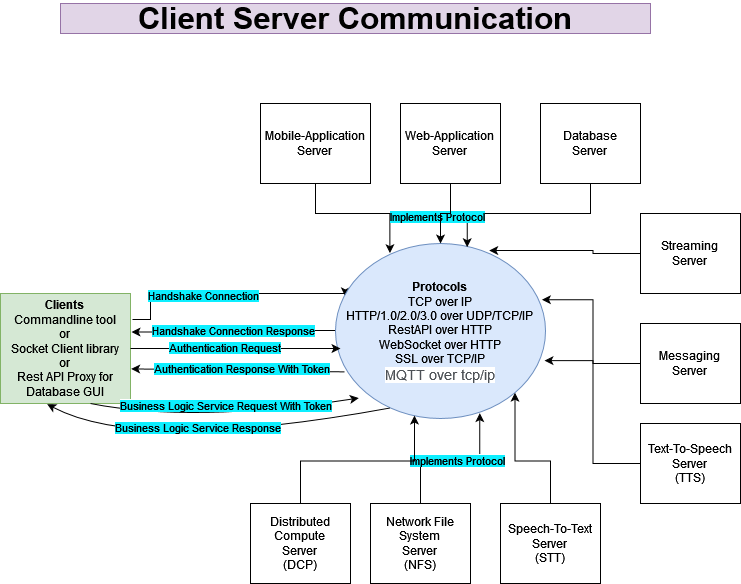
The draw.io diagram ClientServerCommunication.drawio.png in rishant/system-design-architecture, before a commit. Source tidied: cells renumbered, new cells last; positions are measured from the earlier drawing's top-left corner, leaving out a move shared by most shapes.
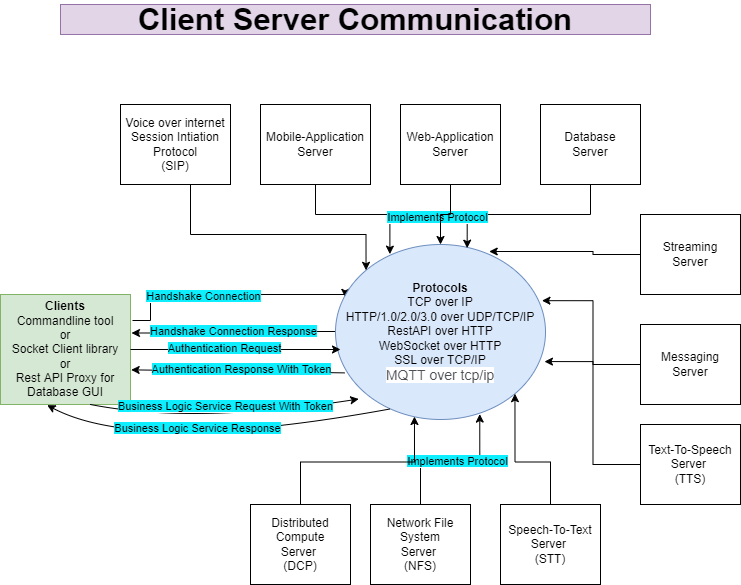
Later version of the same file.

The edit, as a diff of the source:
```diff
@@ -154,5 +154,16 @@
     <mxCell id="37" value="&lt;font size=&quot;1&quot;&gt;&lt;b style=&quot;font-size: 31px&quot;&gt;Client Server Communication&lt;/b&gt;&lt;/font&gt;" style="text;html=1;strokeColor=#9673a6;fillColor=#e1d5e7;align=center;verticalAlign=middle;whiteSpace=wrap;rounded=0;" parent="1" vertex="1">
       <mxGeometry x="60" width="590" height="30" as="geometry" />
     </mxCell>
+    <mxCell id="38" style="edgeStyle=orthogonalEdgeStyle;rounded=0;jettySize=auto;html=1;entryX=0;entryY=0;entryDx=0;entryDy=0;" parent="1" edge="1" source="39" target="7">
+      <mxGeometry relative="1" as="geometry">
+        <Array as="points">
+          <mxPoint x="190" y="230" />
+          <mxPoint x="366" y="230" />
+        </Array>
+      </mxGeometry>
+    </mxCell>
+    <mxCell id="39" value="Voice over internet&lt;br&gt;Session Intiation Protocol&lt;br&gt;(SIP)" style="rounded=0;whiteSpace=wrap;html=1;" parent="1" vertex="1">
+      <mxGeometry x="120" y="100" width="110" height="80" as="geometry" />
+    </mxCell>
   </root>
 </mxGraphModel>
```
